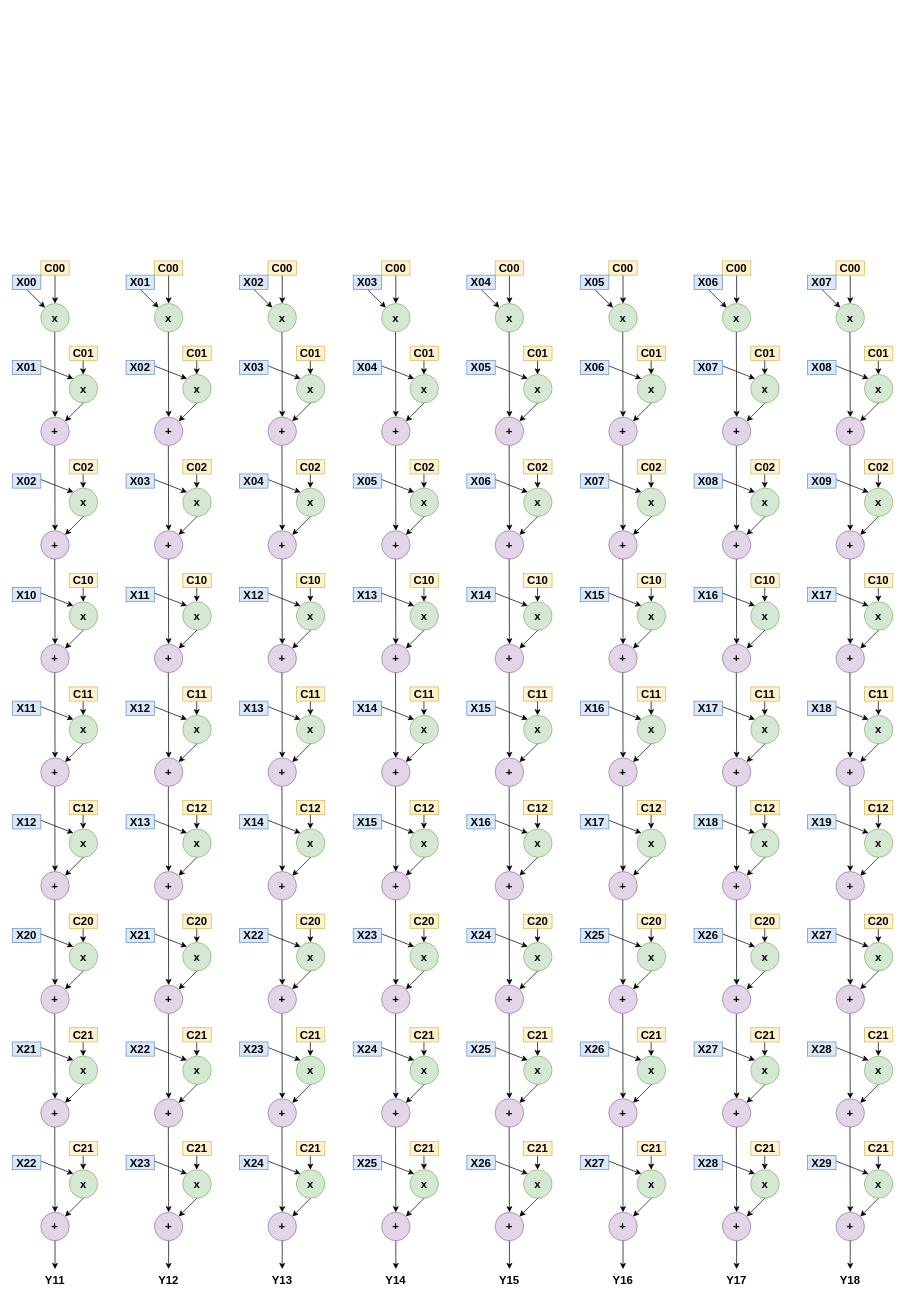
alanzhai219/dive_into_framework keeps this draw.io diagram as conv_direct.drawio. Above is the earlier version. Source tidied: cells renumbered, new cells numbered last; positions are measured from the earlier drawing's top-left corner, leaving out a move shared by most shapes. Both pictures are drawn from the tidied source at 71%, with x=0, y=0 at pixel (12, 261).
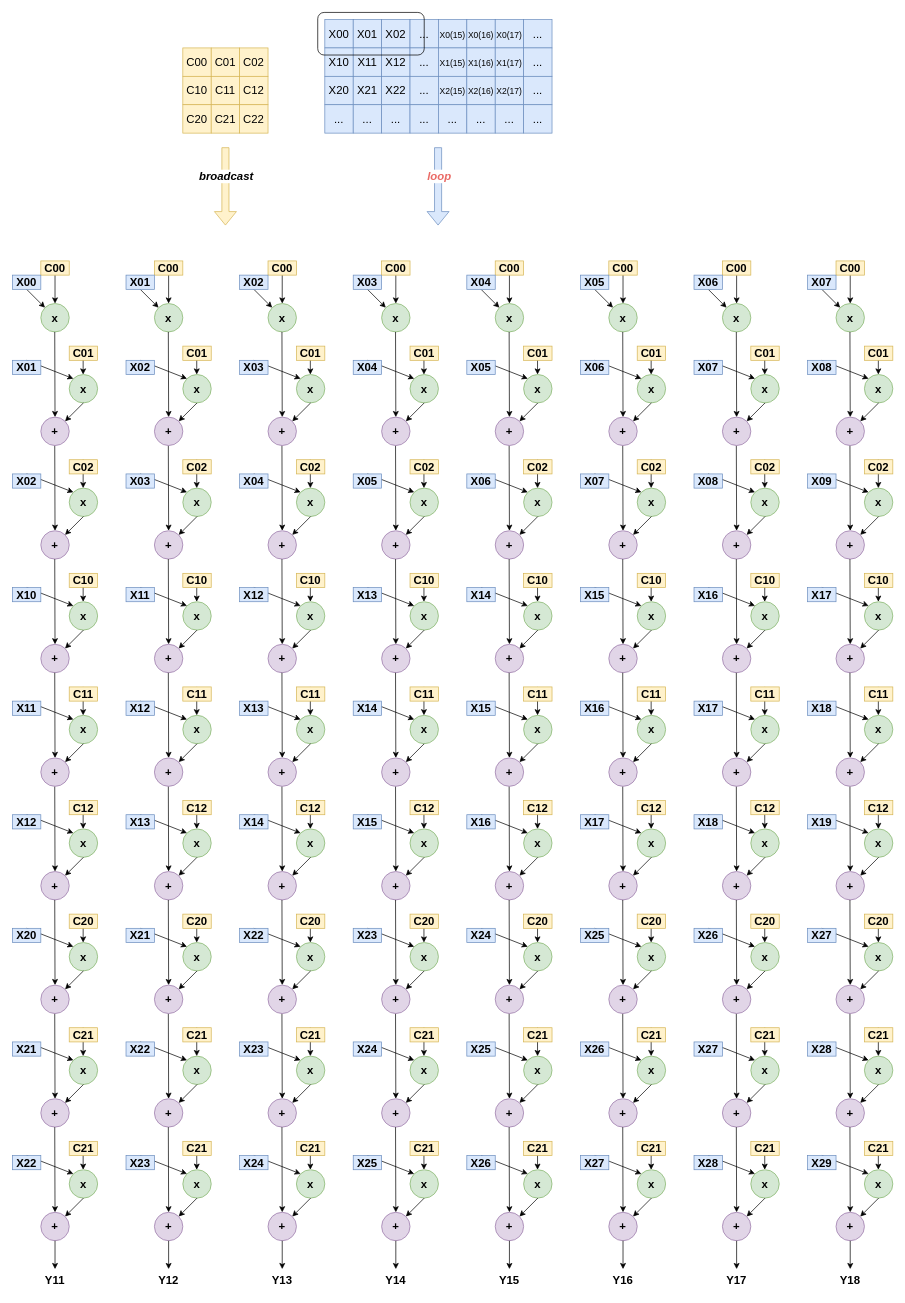
After the change.

Diff of the diagram source:
```diff
@@
+    <mxCell id="713" value="C00" style="rounded=0;whiteSpace=wrap;html=1;fontSize=16;strokeColor=#d6b656;fillColor=#fff2cc;" parent="1" vertex="1">
+      <mxGeometry x="240" y="-300" width="40" height="40" as="geometry" />
+    </mxCell>
+    <mxCell id="714" value="C01" style="rounded=0;whiteSpace=wrap;html=1;fontSize=16;strokeColor=#d6b656;fillColor=#fff2cc;" parent="1" vertex="1">
+      <mxGeometry x="280" y="-300" width="40" height="40" as="geometry" />
+    </mxCell>
+    <mxCell id="715" value="C02" style="rounded=0;whiteSpace=wrap;html=1;fontSize=16;strokeColor=#d6b656;fillColor=#fff2cc;" parent="1" vertex="1">
+      <mxGeometry x="320" y="-300" width="40" height="40" as="geometry" />
+    </mxCell>
+    <mxCell id="716" value="C10" style="rounded=0;whiteSpace=wrap;html=1;fontSize=16;strokeColor=#d6b656;fillColor=#fff2cc;" parent="1" vertex="1">
+      <mxGeometry x="240" y="-260" width="40" height="40" as="geometry" />
+    </mxCell>
+    <mxCell id="717" value="C11" style="rounded=0;whiteSpace=wrap;html=1;fontSize=16;strokeColor=#d6b656;fillColor=#fff2cc;" parent="1" vertex="1">
+      <mxGeometry x="280" y="-260" width="40" height="40" as="geometry" />
+    </mxCell>
+    <mxCell id="718" value="C12" style="rounded=0;whiteSpace=wrap;html=1;fontSize=16;strokeColor=#d6b656;fillColor=#fff2cc;" parent="1" vertex="1">
+      <mxGeometry x="320" y="-260" width="40" height="40" as="geometry" />
+    </mxCell>
+    <mxCell id="719" value="C20" style="rounded=0;whiteSpace=wrap;html=1;fontSize=16;strokeColor=#d6b656;fillColor=#fff2cc;" parent="1" vertex="1">
+      <mxGeometry x="240" y="-220" width="40" height="40" as="geometry" />
+    </mxCell>
+    <mxCell id="720" value="C21" style="rounded=0;whiteSpace=wrap;html=1;fontSize=16;strokeColor=#d6b656;fillColor=#fff2cc;" parent="1" vertex="1">
+      <mxGeometry x="280" y="-220" width="40" height="40" as="geometry" />
+    </mxCell>
+    <mxCell id="721" value="C22" style="rounded=0;whiteSpace=wrap;html=1;fontSize=16;strokeColor=#d6b656;fillColor=#fff2cc;" parent="1" vertex="1">
+      <mxGeometry x="320" y="-220" width="40" height="40" as="geometry" />
+    </mxCell>
+    <mxCell id="722" style="group;" parent="1" vertex="1">
+      <mxGeometry x="440" y="-340" width="320" height="160" as="geometry" />
+    </mxCell>
+    <mxCell id="723" value="X00" style="rounded=0;whiteSpace=wrap;html=1;fontSize=16;strokeColor=#6c8ebf;fillColor=#dae8fc;" parent="722" vertex="1">
+      <mxGeometry width="40" height="40" as="geometry" />
+    </mxCell>
+    <mxCell id="724" value="X01" style="rounded=0;whiteSpace=wrap;html=1;fontSize=16;strokeColor=#6c8ebf;fillColor=#dae8fc;" parent="722" vertex="1">
+      <mxGeometry x="40" width="40" height="40" as="geometry" />
+    </mxCell>
+    <mxCell id="725" value="X02" style="rounded=0;whiteSpace=wrap;html=1;fontSize=16;strokeColor=#6c8ebf;fillColor=#dae8fc;" parent="722" vertex="1">
+      <mxGeometry x="80" width="40" height="40" as="geometry" />
+    </mxCell>
+    <mxCell id="726" value="..." style="rounded=0;whiteSpace=wrap;html=1;fontSize=16;strokeColor=#6c8ebf;fillColor=#dae8fc;" parent="722" vertex="1">
+      <mxGeometry x="120" width="40" height="40" as="geometry" />
+    </mxCell>
+    <mxCell id="727" value="&lt;font style=&quot;font-size: 12px&quot;&gt;X0(15)&lt;/font&gt;" style="rounded=0;whiteSpace=wrap;html=1;fontSize=16;strokeColor=#6c8ebf;fillColor=#dae8fc;" parent="722" vertex="1">
+      <mxGeometry x="160" width="40" height="40" as="geometry" />
+    </mxCell>
+    <mxCell id="728" value="&lt;font style=&quot;font-size: 12px&quot;&gt;X0(16)&lt;/font&gt;" style="rounded=0;whiteSpace=wrap;html=1;fontSize=16;strokeColor=#6c8ebf;fillColor=#dae8fc;" parent="722" vertex="1">
+      <mxGeometry x="200" width="40" height="40" as="geometry" />
+    </mxCell>
+    <mxCell id="729" value="&lt;font style=&quot;font-size: 12px&quot;&gt;X0(17)&lt;/font&gt;" style="rounded=0;whiteSpace=wrap;html=1;fontSize=16;strokeColor=#6c8ebf;fillColor=#dae8fc;" parent="722" vertex="1">
+      <mxGeometry x="240" width="40" height="40" as="geometry" />
+    </mxCell>
+    <mxCell id="730" value="..." style="rounded=0;whiteSpace=wrap;html=1;fontSize=16;strokeColor=#6c8ebf;fillColor=#dae8fc;" parent="722" vertex="1">
+      <mxGeometry x="280" width="40" height="40" as="geometry" />
+    </mxCell>
+    <mxCell id="731" value="X10" style="rounded=0;whiteSpace=wrap;html=1;fontSize=16;strokeColor=#6c8ebf;fillColor=#dae8fc;" parent="722" vertex="1">
+      <mxGeometry y="40" width="40" height="40" as="geometry" />
+    </mxCell>
+    <mxCell id="732" value="X11" style="rounded=0;whiteSpace=wrap;html=1;fontSize=16;strokeColor=#6c8ebf;fillColor=#dae8fc;" parent="722" vertex="1">
+      <mxGeometry x="40" y="40" width="40" height="40" as="geometry" />
+    </mxCell>
+    <mxCell id="733" value="X12" style="rounded=0;whiteSpace=wrap;html=1;fontSize=16;strokeColor=#6c8ebf;fillColor=#dae8fc;" parent="722" vertex="1">
+      <mxGeometry x="80" y="40" width="40" height="40" as="geometry" />
+    </mxCell>
+    <mxCell id="734" value="..." style="rounded=0;whiteSpace=wrap;html=1;fontSize=16;strokeColor=#6c8ebf;fillColor=#dae8fc;" parent="722" vertex="1">
+      <mxGeometry x="120" y="40" width="40" height="40" as="geometry" />
+    </mxCell>
+    <mxCell id="735" value="&lt;font style=&quot;font-size: 12px&quot;&gt;X1(15)&lt;/font&gt;" style="rounded=0;whiteSpace=wrap;html=1;fontSize=16;strokeColor=#6c8ebf;fillColor=#dae8fc;" parent="722" vertex="1">
+      <mxGeometry x="160" y="40" width="40" height="40" as="geometry" />
+    </mxCell>
+    <mxCell id="736" value="&lt;font style=&quot;font-size: 12px&quot;&gt;X1(16)&lt;/font&gt;" style="rounded=0;whiteSpace=wrap;html=1;fontSize=16;strokeColor=#6c8ebf;fillColor=#dae8fc;" parent="722" vertex="1">
+      <mxGeometry x="200" y="40" width="40" height="40" as="geometry" />
+    </mxCell>
+    <mxCell id="737" value="&lt;font style=&quot;font-size: 12px&quot;&gt;X1(17)&lt;/font&gt;" style="rounded=0;whiteSpace=wrap;html=1;fontSize=16;strokeColor=#6c8ebf;fillColor=#dae8fc;" parent="722" vertex="1">
+      <mxGeometry x="240" y="40" width="40" height="40" as="geometry" />
+    </mxCell>
+    <mxCell id="738" value="..." style="rounded=0;whiteSpace=wrap;html=1;fontSize=16;strokeColor=#6c8ebf;fillColor=#dae8fc;" parent="722" vertex="1">
+      <mxGeometry x="280" y="40" width="40" height="40" as="geometry" />
+    </mxCell>
+    <mxCell id="739" value="X20" style="rounded=0;whiteSpace=wrap;html=1;fontSize=16;strokeColor=#6c8ebf;fillColor=#dae8fc;" parent="722" vertex="1">
+      <mxGeometry y="80" width="40" height="40" as="geometry" />
+    </mxCell>
+    <mxCell id="740" value="X21" style="rounded=0;whiteSpace=wrap;html=1;fontSize=16;strokeColor=#6c8ebf;fillColor=#dae8fc;" parent="722" vertex="1">
+      <mxGeometry x="40" y="80" width="40" height="40" as="geometry" />
+    </mxCell>
+    <mxCell id="741" value="X22" style="rounded=0;whiteSpace=wrap;html=1;fontSize=16;strokeColor=#6c8ebf;fillColor=#dae8fc;" parent="722" vertex="1">
+      <mxGeometry x="80" y="80" width="40" height="40" as="geometry" />
+    </mxCell>
+    <mxCell id="742" value="..." style="rounded=0;whiteSpace=wrap;html=1;fontSize=16;strokeColor=#6c8ebf;fillColor=#dae8fc;" parent="722" vertex="1">
+      <mxGeometry x="120" y="80" width="40" height="40" as="geometry" />
+    </mxCell>
+    <mxCell id="743" value="&lt;font style=&quot;font-size: 12px&quot;&gt;X2(15)&lt;/font&gt;" style="rounded=0;whiteSpace=wrap;html=1;fontSize=16;strokeColor=#6c8ebf;fillColor=#dae8fc;" parent="722" vertex="1">
+      <mxGeometry x="160" y="80" width="40" height="40" as="geometry" />
+    </mxCell>
+    <mxCell id="744" value="&lt;font style=&quot;font-size: 12px&quot;&gt;X2(16)&lt;/font&gt;" style="rounded=0;whiteSpace=wrap;html=1;fontSize=16;strokeColor=#6c8ebf;fillColor=#dae8fc;" parent="722" vertex="1">
+      <mxGeometry x="200" y="80" width="40" height="40" as="geometry" />
+    </mxCell>
+    <mxCell id="745" value="&lt;font style=&quot;font-size: 12px&quot;&gt;X2(17)&lt;/font&gt;" style="rounded=0;whiteSpace=wrap;html=1;fontSize=16;strokeColor=#6c8ebf;fillColor=#dae8fc;" parent="722" vertex="1">
+      <mxGeometry x="240" y="80" width="40" height="40" as="geometry" />
+    </mxCell>
+    <mxCell id="746" value="..." style="rounded=0;whiteSpace=wrap;html=1;fontSize=16;strokeColor=#6c8ebf;fillColor=#dae8fc;" parent="722" vertex="1">
+      <mxGeometry x="280" y="80" width="40" height="40" as="geometry" />
+    </mxCell>
+    <mxCell id="747" value="..." style="rounded=0;whiteSpace=wrap;html=1;fontSize=16;strokeColor=#6c8ebf;fillColor=#dae8fc;" parent="722" vertex="1">
+      <mxGeometry y="120" width="40" height="40" as="geometry" />
+    </mxCell>
+    <mxCell id="748" value="..." style="rounded=0;whiteSpace=wrap;html=1;fontSize=16;strokeColor=#6c8ebf;fillColor=#dae8fc;" parent="722" vertex="1">
+      <mxGeometry x="40" y="120" width="40" height="40" as="geometry" />
+    </mxCell>
+    <mxCell id="749" value="..." style="rounded=0;whiteSpace=wrap;html=1;fontSize=16;strokeColor=#6c8ebf;fillColor=#dae8fc;" parent="722" vertex="1">
+      <mxGeometry x="80" y="120" width="40" height="40" as="geometry" />
+    </mxCell>
+    <mxCell id="750" value="..." style="rounded=0;whiteSpace=wrap;html=1;fontSize=16;strokeColor=#6c8ebf;fillColor=#dae8fc;" parent="722" vertex="1">
+      <mxGeometry x="120" y="120" width="40" height="40" as="geometry" />
+    </mxCell>
+    <mxCell id="751" value="..." style="rounded=0;whiteSpace=wrap;html=1;fontSize=16;strokeColor=#6c8ebf;fillColor=#dae8fc;" parent="722" vertex="1">
+      <mxGeometry x="160" y="120" width="40" height="40" as="geometry" />
+    </mxCell>
+    <mxCell id="752" value="..." style="rounded=0;whiteSpace=wrap;html=1;fontSize=16;strokeColor=#6c8ebf;fillColor=#dae8fc;" parent="722" vertex="1">
+      <mxGeometry x="200" y="120" width="40" height="40" as="geometry" />
+    </mxCell>
+    <mxCell id="753" value="..." style="rounded=0;whiteSpace=wrap;html=1;fontSize=16;strokeColor=#6c8ebf;fillColor=#dae8fc;" parent="722" vertex="1">
+      <mxGeometry x="240" y="120" width="40" height="40" as="geometry" />
+    </mxCell>
+    <mxCell id="754" value="..." style="rounded=0;whiteSpace=wrap;html=1;fontSize=16;strokeColor=#6c8ebf;fillColor=#dae8fc;" parent="722" vertex="1">
+      <mxGeometry x="280" y="120" width="40" height="40" as="geometry" />
+    </mxCell>
+    <mxCell id="755" style="rounded=1;whiteSpace=wrap;html=1;fontSize=12;strokeColor=default;fillColor=none;" parent="722" vertex="1">
+      <mxGeometry x="-10" y="-10" width="150" height="60" as="geometry" />
+    </mxCell>
+    <mxCell id="756" style="shape=flexArrow;endArrow=classic;html=1;rounded=0;fontSize=12;fillColor=#fff2cc;strokeColor=#d6b656;" parent="1" edge="1">
+      <mxGeometry relative="1" as="geometry">
+        <mxPoint x="300" y="-160" as="sourcePoint" />
+        <mxPoint x="300" y="-50" as="targetPoint" />
+      </mxGeometry>
+    </mxCell>
+    <mxCell id="757" value="&lt;b&gt;&lt;font style=&quot;font-size: 16px&quot;&gt;broadcast&lt;/font&gt;&lt;/b&gt;" style="edgeLabel;html=1;align=center;verticalAlign=middle;fontSize=12;fontStyle=2;" parent="756" vertex="1">
+      <mxGeometry x="-0.3" y="4" relative="1" as="geometry">
+        <mxPoint x="-4" y="1" as="offset" />
+      </mxGeometry>
+    </mxCell>
+    <mxCell id="758" style="shape=flexArrow;endArrow=classic;html=1;rounded=0;fontSize=12;fillColor=#dae8fc;strokeColor=#6c8ebf;" parent="1" edge="1">
+      <mxGeometry relative="1" as="geometry">
+        <mxPoint x="599.5" y="-160" as="sourcePoint" />
+        <mxPoint x="599.5" y="-50" as="targetPoint" />
+      </mxGeometry>
+    </mxCell>
+    <mxCell id="759" value="&lt;b&gt;&lt;i&gt;&lt;font color=&quot;#ea6b66&quot;&gt;loop&lt;/font&gt;&lt;/i&gt;&lt;/b&gt;" style="edgeLabel;html=1;align=center;verticalAlign=middle;fontSize=16;" parent="758" vertex="1">
+      <mxGeometry x="-0.28" y="-4" relative="1" as="geometry">
+        <mxPoint x="5" as="offset" />
+      </mxGeometry>
+    </mxCell>
```
